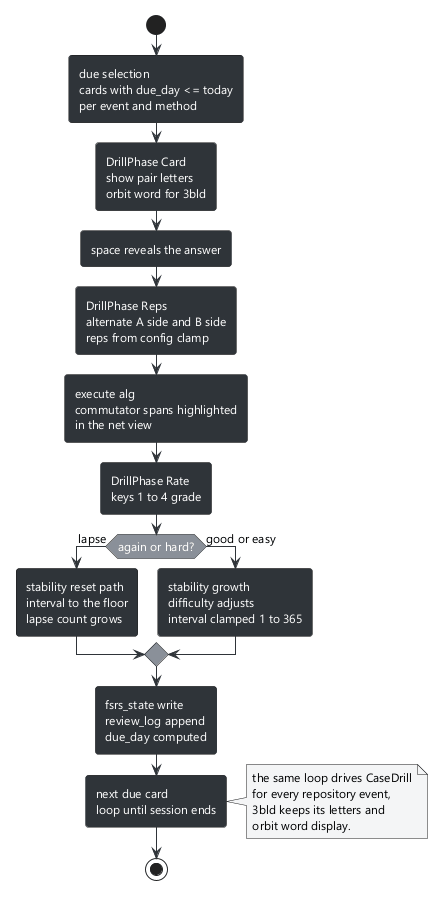
Above: docs/diagrams/07-drill-flow.png in lavantien/blind-trainer (PlantUML), before the change.
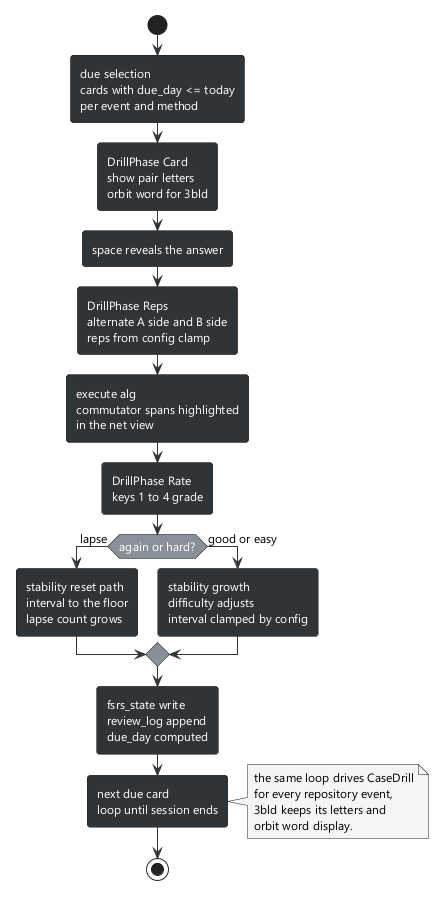
The same file after the commit.

The edit, as a diff of the source:
```diff
@@ -18,7 +18,7 @@
 if (again or hard?) then (lapse)
   :stability reset path\ninterval to the floor\nlapse count grows;
 else (good or easy)
-  :stability growth\ndifficulty adjusts\ninterval clamped 1 to 365;
+  :stability growth\ndifficulty adjusts\ninterval clamped by config;
 endif
 :fsrs_state write\nreview_log append\ndue_day computed;
 :next due card\nloop until session ends;
```
